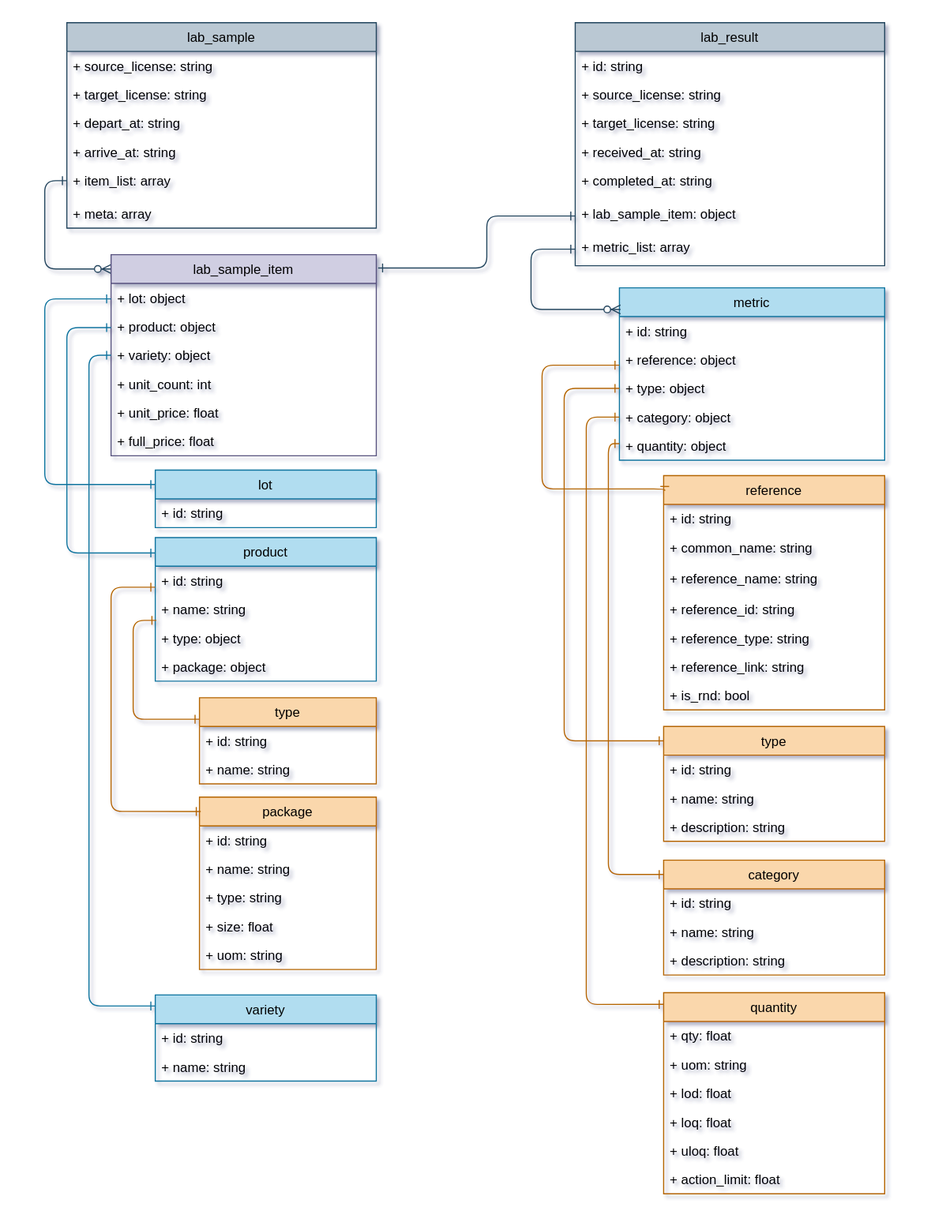
This is OpenTHC_LabResultObject.svg from conflabs/OpenTHCLabResultModel, a draw.io export, as it was before one commit. Source tidied: cells renumbered, new cells last; positions are measured from the earlier drawing's top-left corner, leaving out a move shared by most shapes.
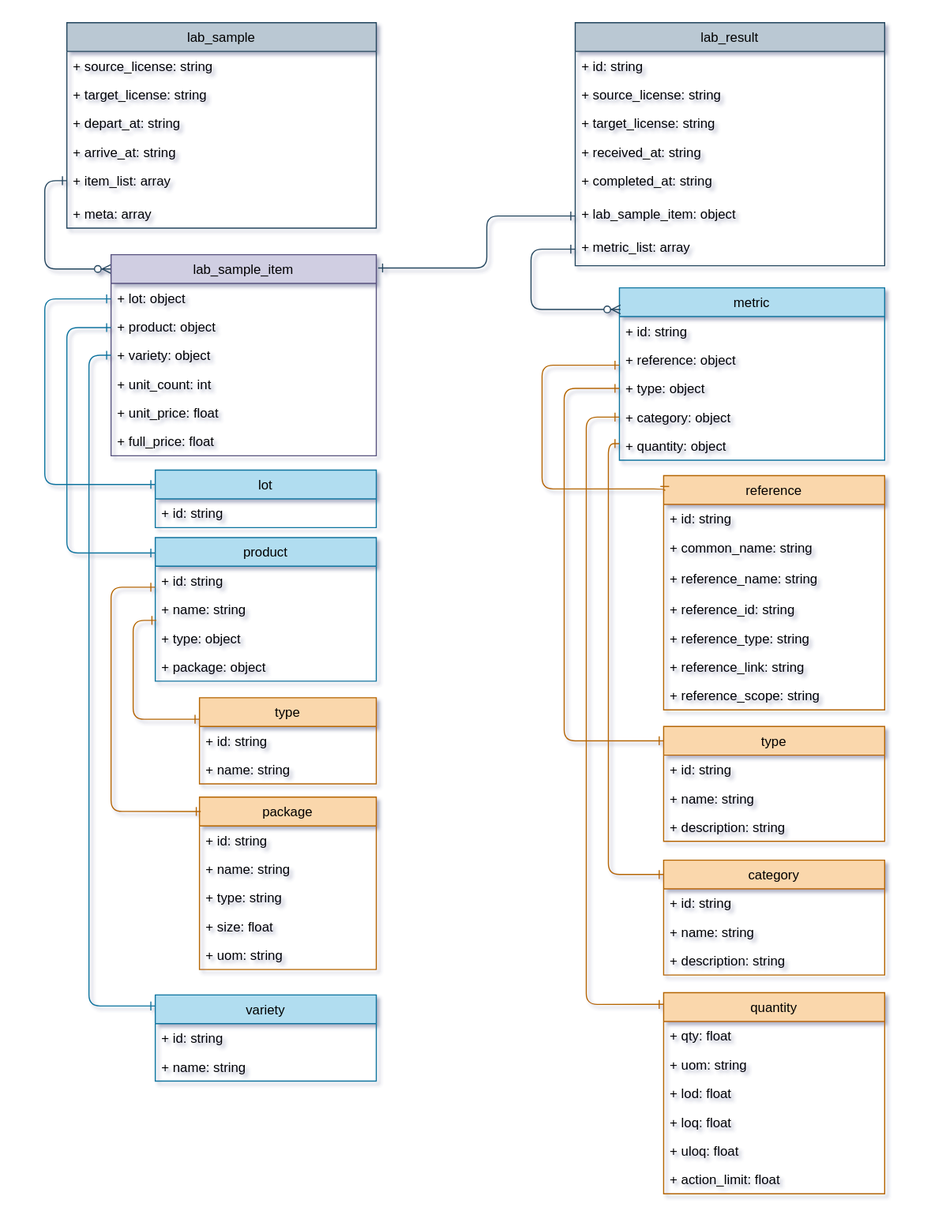
Later version of the same file.

Commit message:
Updated section on is_rnd to reflect reference scope change.

The edit, as a diff of the source:
```diff
@@ -274,7 +274,7 @@
     <mxCell id="73" value="+ reference_link: string" style="text;strokeColor=none;fillColor=none;align=left;verticalAlign=top;spacingLeft=4;spacingRight=4;overflow=hidden;" parent="67" vertex="1">
       <mxGeometry y="160" width="200" height="26" as="geometry" />
     </mxCell>
-    <mxCell id="74" value="+ is_rnd: bool" style="text;strokeColor=none;fillColor=none;align=left;verticalAlign=top;spacingLeft=4;spacingRight=4;overflow=hidden;" parent="67" vertex="1">
+    <mxCell id="74" value="+ reference_scope: string" style="text;strokeColor=none;fillColor=none;align=left;verticalAlign=top;spacingLeft=4;spacingRight=4;overflow=hidden;" parent="67" vertex="1">
       <mxGeometry y="186" width="200" height="26" as="geometry" />
     </mxCell>
     <mxCell id="75" value="quantity" style="swimlane;fontStyle=0;horizontal=1;startSize=26;fillColor=#fad7ac;strokeColor=#b46504;" parent="1" vertex="1">
```
